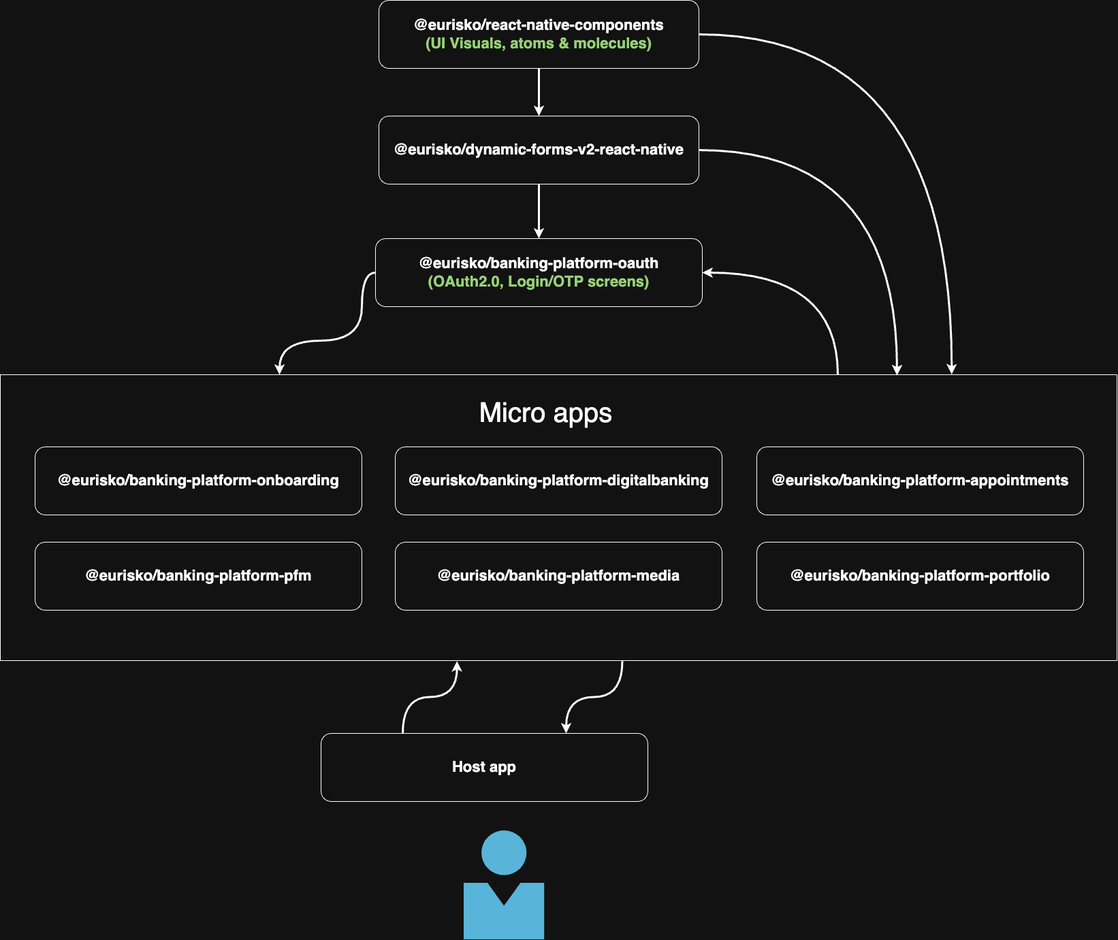
Above: BLF micro-frontends.drawio (1) (1).png in fouadbakkour/files (draw.io), before the change. Source tidied: cells renumbered, new cells last; positions are measured from the earlier drawing's top-left corner, leaving out a move shared by most shapes.
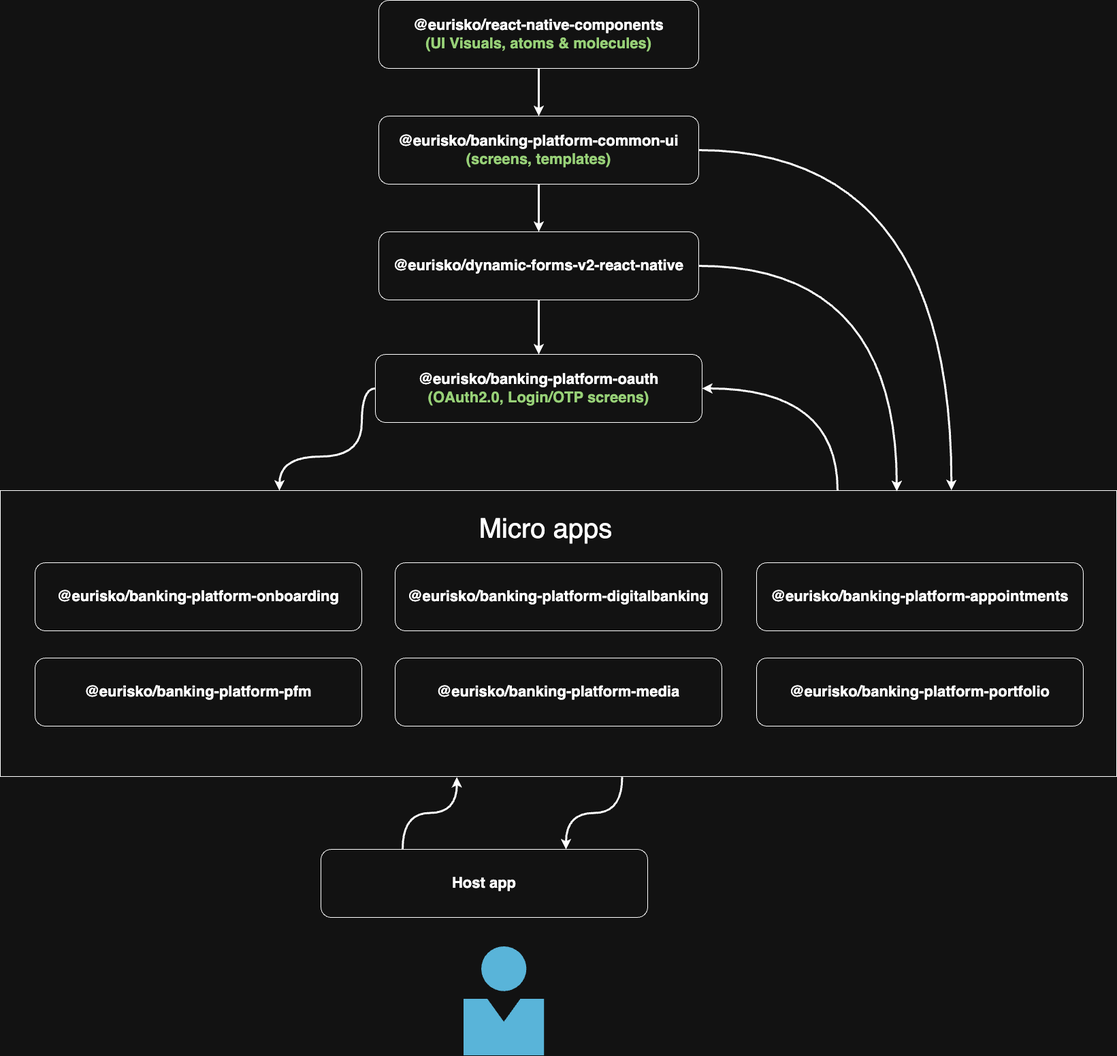
The same file after the commit.

Change to the diagram source:
```diff
@@ -11,7 +11,7 @@
     <mxCell id="4" style="edgeStyle=orthogonalEdgeStyle;rounded=0;jettySize=auto;html=1;strokeWidth=3;" parent="1" edge="1" source="5" target="12">
       <mxGeometry relative="1" as="geometry" />
     </mxCell>
-    <mxCell id="5" value="&lt;span style=&quot;font-weight: 700;&quot;&gt;&lt;font style=&quot;font-size: 22px;&quot;&gt;@eurisko/react-native-components&lt;/font&gt;&lt;/span&gt;&lt;div style=&quot;font-weight: 700;&quot;&gt;&lt;font style=&quot;font-size: 22px; color: light-dark(rgb(0, 0, 0), rgb(151, 208, 119));&quot;&gt;(UI Visuals, atoms &amp;amp; molecules)&lt;/font&gt;&lt;/div&gt;" style="rounded=1;whiteSpace=wrap;html=1;" parent="1" vertex="1">
+    <mxCell id="5" value="&lt;span style=&quot;font-size: 22px;&quot;&gt;&lt;b&gt;@eurisko/banking-platform-common-ui&lt;/b&gt;&lt;/span&gt;&lt;br&gt;&lt;div style=&quot;font-weight: 700;&quot;&gt;&lt;font style=&quot;font-size: 22px; color: light-dark(rgb(0, 0, 0), rgb(151, 208, 119));&quot;&gt;(screens, templates)&lt;/font&gt;&lt;/div&gt;" style="rounded=1;whiteSpace=wrap;html=1;" parent="1" vertex="1">
       <mxGeometry x="556" width="470" height="100" as="geometry" />
     </mxCell>
     <mxCell id="6" style="edgeStyle=orthogonalEdgeStyle;rounded=0;jettySize=auto;html=1;exitX=0;exitY=0.5;exitDx=0;exitDy=0;entryX=0.25;entryY=0;entryDx=0;entryDy=0;strokeWidth=3;curved=1;" parent="1" edge="1" source="7" target="3">
@@ -68,5 +68,11 @@
     <mxCell id="23" style="edgeStyle=orthogonalEdgeStyle;rounded=0;jettySize=auto;html=1;exitX=0.557;exitY=1.002;exitDx=0;exitDy=0;entryX=0.75;entryY=0;entryDx=0;entryDy=0;curved=1;strokeWidth=3;exitPerimeter=0;" parent="1" edge="1" source="3" target="14">
       <mxGeometry relative="1" as="geometry" />
     </mxCell>
+    <mxCell id="24" style="edgeStyle=orthogonalEdgeStyle;rounded=0;jettySize=auto;html=1;entryX=0.5;entryY=0;entryDx=0;entryDy=0;strokeWidth=3;" parent="1" edge="1" source="25" target="5">
+      <mxGeometry relative="1" as="geometry" />
+    </mxCell>
+    <mxCell id="25" value="&lt;span style=&quot;font-weight: 700;&quot;&gt;&lt;font style=&quot;font-size: 22px;&quot;&gt;@eurisko/react-native-components&lt;/font&gt;&lt;/span&gt;&lt;div style=&quot;font-weight: 700;&quot;&gt;&lt;font style=&quot;font-size: 22px; color: light-dark(rgb(0, 0, 0), rgb(151, 208, 119));&quot;&gt;(UI Visuals, atoms &amp;amp; molecules)&lt;/font&gt;&lt;/div&gt;" style="rounded=1;whiteSpace=wrap;html=1;" parent="1" vertex="1">
+      <mxGeometry x="556" y="-170" width="470" height="100" as="geometry" />
+    </mxCell>
   </root>
 </mxGraphModel>
```
